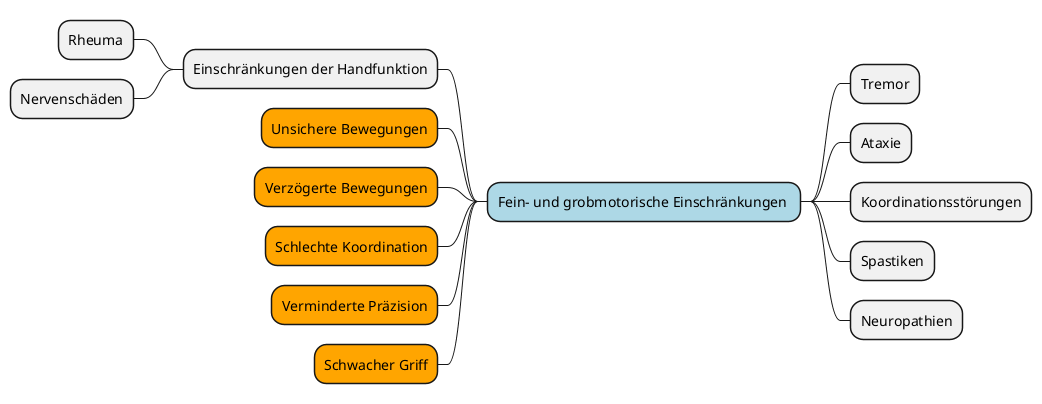
marcgauch/Masterarbeit-Daten keeps this PlantUML diagram as mindmap/generated/physical-subcategories/mindmap-physical-fein--und-grobmotorische-einschraenkungen.png. Above is the earlier version.
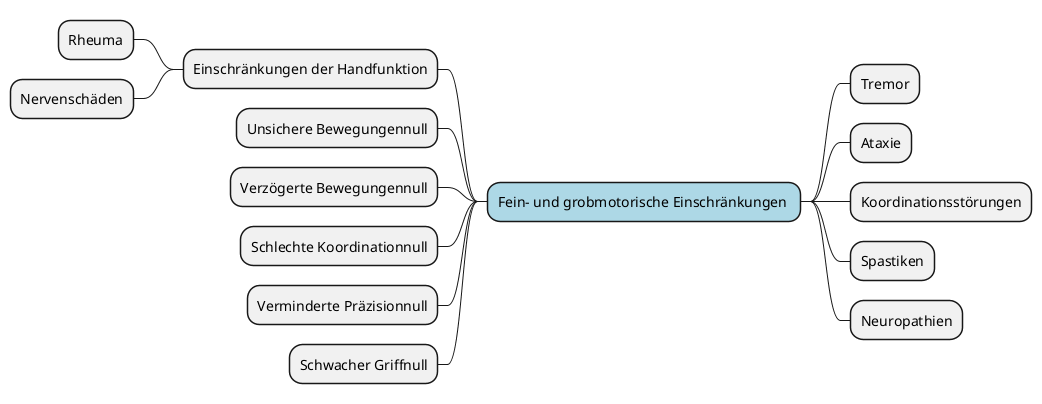
Above is the later version.

The edit, as a diff of the source:
```diff
@@ -20,9 +20,9 @@
 	* Einschränkungen der Handfunktion
 		* Rheuma
 		* Nervenschäden
-	* Unsichere Bewegungen<<orange>>
-	* Verzögerte Bewegungen<<orange>>
-	* Schlechte Koordination<<orange>>
-	* Verminderte Präzision<<orange>>
-	* Schwacher Griff<<orange>>
+	* Unsichere Bewegungennull
+	* Verzögerte Bewegungennull
+	* Schlechte Koordinationnull
+	* Verminderte Präzisionnull
+	* Schwacher Griffnull
 @endmindmap
```
